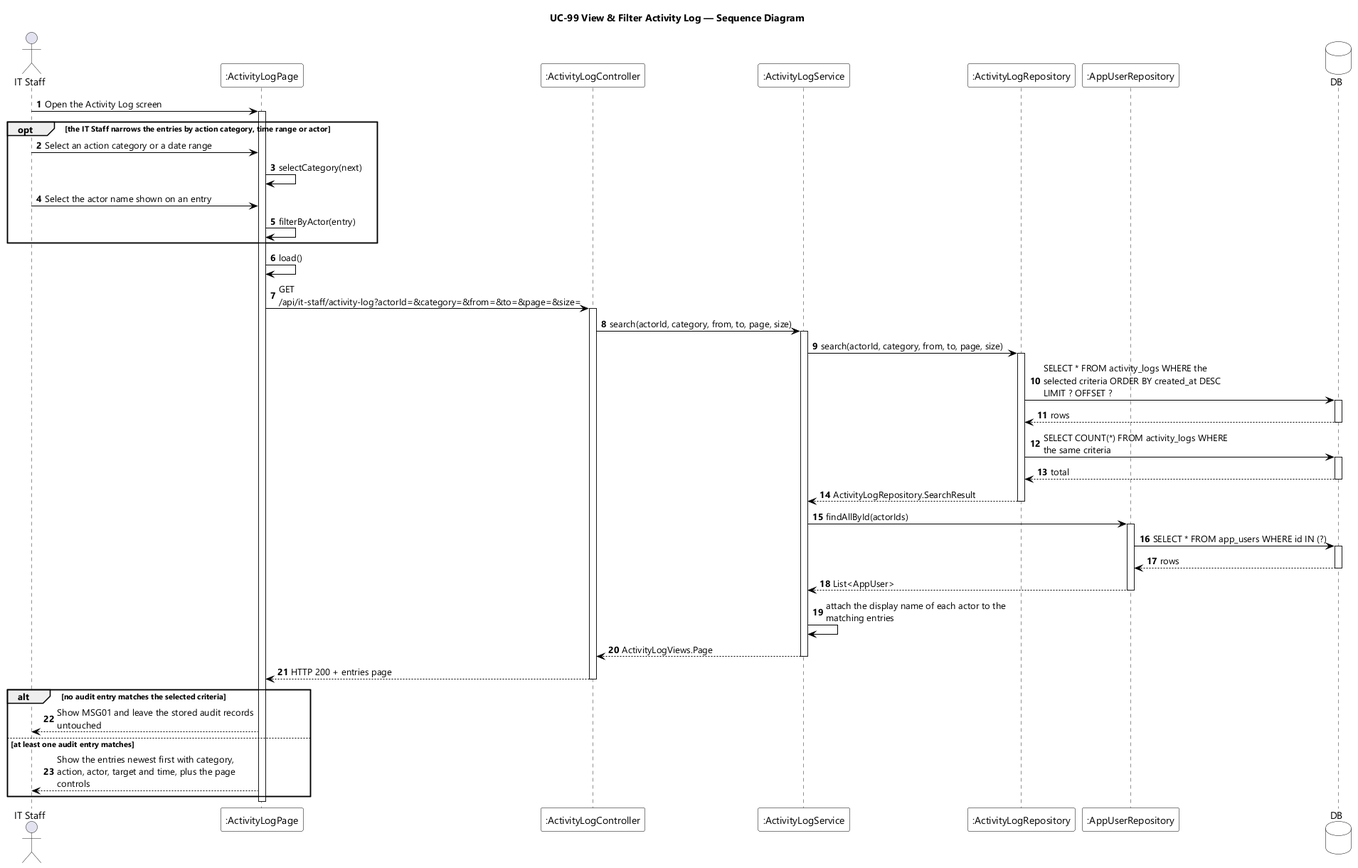
Above: designs/sds-diagrams/uc99/uc99-sequence-diagram.png in EduA-system/EduA-system (PlantUML), before the change. Source of this version:
```plantuml
@startuml UC-99 View and Filter Activity Log - Sequence Diagram
skinparamlocked dpi 96
skinparam defaultFontName "Segoe UI"
skinparam shadowing false
skinparam ParticipantBackgroundColor #FFFFFF
skinparam ParticipantBorderColor #000000
skinparam DatabaseBackgroundColor #FFFFFF
skinparam DatabaseBorderColor #000000
skinparam ArrowColor #000000
skinparam sequenceMessageAlign left
skinparam maxMessageSize 280
title UC-99 View & Filter Activity Log — Sequence Diagram

actor "IT Staff" as STAFF
participant ":ActivityLogPage" as UI
participant ":ActivityLogController" as CTL
participant ":ActivityLogService" as SVC
participant ":ActivityLogRepository" as REPO
participant ":AppUserRepository" as USERS
database DB

autonumber
STAFF -> UI : Open the Activity Log screen
activate UI

opt the IT Staff narrows the entries by action category, time range or actor
  STAFF -> UI : Select an action category or a date range
  UI -> UI : selectCategory(next)
  STAFF -> UI : Select the actor name shown on an entry
  UI -> UI : filterByActor(entry)
end

UI -> UI : load()
UI -> CTL : GET /api/it-staff/activity-log?actorId=&category=&from=&to=&page=&size=
activate CTL
CTL -> SVC : search(actorId, category, from, to, page, size)
activate SVC
SVC -> REPO : search(actorId, category, from, to, page, size)
activate REPO
REPO -> DB : SELECT * FROM activity_logs WHERE the selected criteria ORDER BY created_at DESC LIMIT ? OFFSET ?
activate DB
DB --> REPO : rows
deactivate DB
REPO -> DB : SELECT COUNT(*) FROM activity_logs WHERE the same criteria
activate DB
DB --> REPO : total
deactivate DB
REPO --> SVC : ActivityLogRepository.SearchResult
deactivate REPO
SVC -> USERS : findAllById(actorIds)
activate USERS
USERS -> DB : SELECT * FROM app_users WHERE id IN (?)
activate DB
DB --> USERS : rows
deactivate DB
USERS --> SVC : List<AppUser>
deactivate USERS
SVC -> SVC : attach the display name of each actor to the matching entries
SVC --> CTL : ActivityLogViews.Page
deactivate SVC
CTL --> UI : HTTP 200 + entries page
deactivate CTL

alt no audit entry matches the selected criteria
  UI --> STAFF : Show MSG01 and leave the stored audit records untouched
else at least one audit entry matches
  UI --> STAFF : Show the entries newest first with category, action, actor, target and time, plus the page controls
end
deactivate UI
@enduml
```
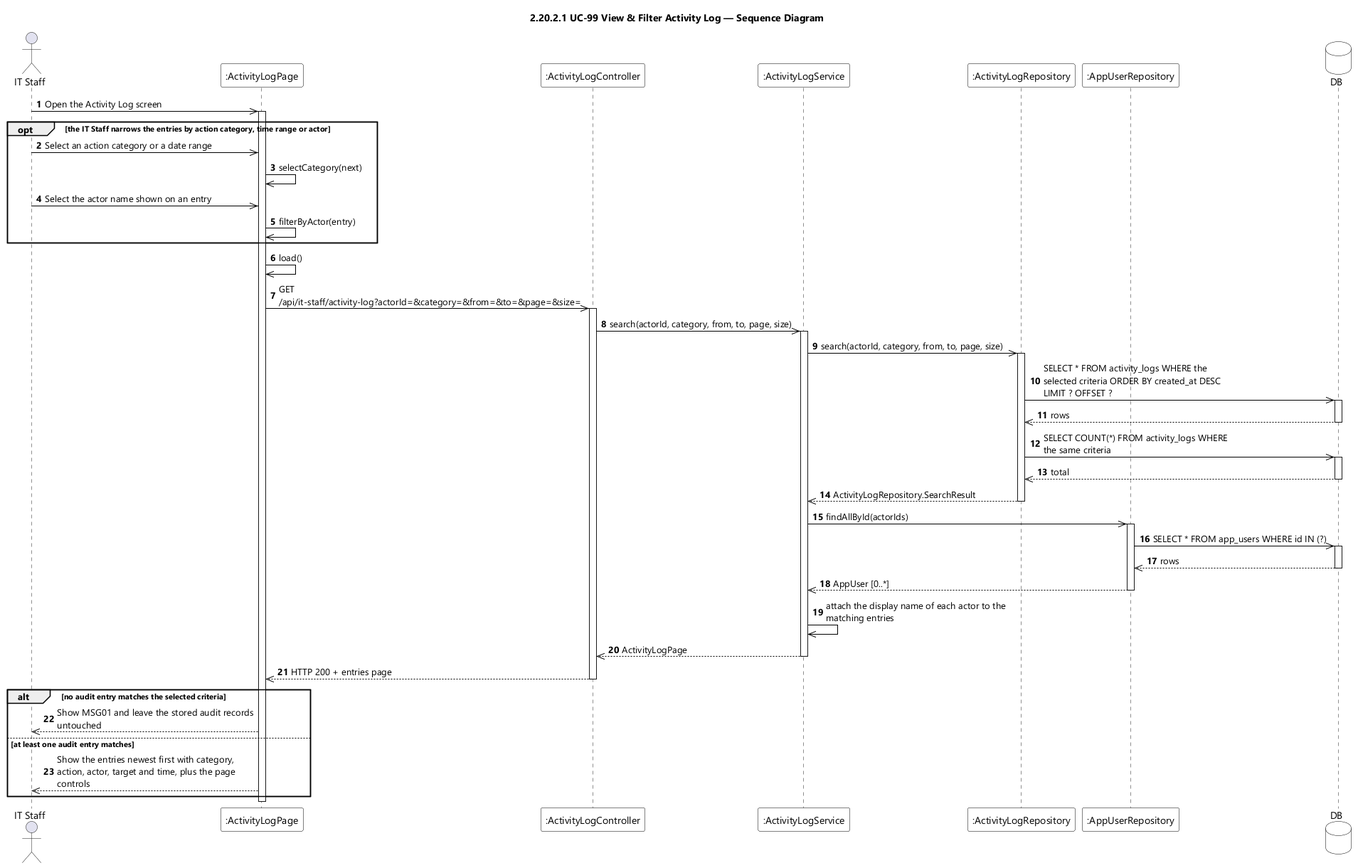
Above is the later version.

Change to the diagram source:
```diff
@@ -9,7 +9,7 @@
 skinparam ArrowColor #000000
 skinparam sequenceMessageAlign left
 skinparam maxMessageSize 280
-title UC-99 View & Filter Activity Log — Sequence Diagram
+title 2.20.2.1 UC-99 View & Filter Activity Log — Sequence Diagram
 
 actor "IT Staff" as STAFF
 participant ":ActivityLogPage" as UI
@@ -20,51 +20,51 @@
 database DB
 
 autonumber
-STAFF -> UI : Open the Activity Log screen
+STAFF ->> UI : Open the Activity Log screen
 activate UI
 
 opt the IT Staff narrows the entries by action category, time range or actor
-  STAFF -> UI : Select an action category or a date range
-  UI -> UI : selectCategory(next)
-  STAFF -> UI : Select the actor name shown on an entry
-  UI -> UI : filterByActor(entry)
+  STAFF ->> UI : Select an action category or a date range
+  UI ->> UI : selectCategory(next)
+  STAFF ->> UI : Select the actor name shown on an entry
+  UI ->> UI : filterByActor(entry)
 end
 
-UI -> UI : load()
-UI -> CTL : GET /api/it-staff/activity-log?actorId=&category=&from=&to=&page=&size=
+UI ->> UI : load()
+UI ->> CTL : GET /api/it-staff/activity-log?actorId=&category=&from=&to=&page=&size=
 activate CTL
-CTL -> SVC : search(actorId, category, from, to, page, size)
+CTL ->> SVC : search(actorId, category, from, to, page, size)
 activate SVC
-SVC -> REPO : search(actorId, category, from, to, page, size)
+SVC ->> REPO : search(actorId, category, from, to, page, size)
 activate REPO
-REPO -> DB : SELECT * FROM activity_logs WHERE the selected criteria ORDER BY created_at DESC LIMIT ? OFFSET ?
+REPO ->> DB : SELECT * FROM activity_logs WHERE the selected criteria ORDER BY created_at DESC LIMIT ? OFFSET ?
 activate DB
-DB --> REPO : rows
+DB -->> REPO : rows
 deactivate DB
-REPO -> DB : SELECT COUNT(*) FROM activity_logs WHERE the same criteria
+REPO ->> DB : SELECT COUNT(*) FROM activity_logs WHERE the same criteria
 activate DB
-DB --> REPO : total
+DB -->> REPO : total
 deactivate DB
-REPO --> SVC : ActivityLogRepository.SearchResult
+REPO -->> SVC : ActivityLogRepository.SearchResult
 deactivate REPO
-SVC -> USERS : findAllById(actorIds)
+SVC ->> USERS : findAllById(actorIds)
 activate USERS
-USERS -> DB : SELECT * FROM app_users WHERE id IN (?)
+USERS ->> DB : SELECT * FROM app_users WHERE id IN (?)
 activate DB
-DB --> USERS : rows
+DB -->> USERS : rows
 deactivate DB
-USERS --> SVC : List<AppUser>
+USERS -->> SVC : AppUser [0..*]
 deactivate USERS
-SVC -> SVC : attach the display name of each actor to the matching entries
-SVC --> CTL : ActivityLogViews.Page
+SVC ->> SVC : attach the display name of each actor to the matching entries
+SVC -->> CTL : ActivityLogPage
 deactivate SVC
-CTL --> UI : HTTP 200 + entries page
+CTL -->> UI : HTTP 200 + entries page
 deactivate CTL
 
 alt no audit entry matches the selected criteria
-  UI --> STAFF : Show MSG01 and leave the stored audit records untouched
+  UI -->> STAFF : Show MSG01 and leave the stored audit records untouched
 else at least one audit entry matches
-  UI --> STAFF : Show the entries newest first with category, action, actor, target and time, plus the page controls
+  UI -->> STAFF : Show the entries newest first with category, action, actor, target and time, plus the page controls
 end
 deactivate UI
 @enduml
```
